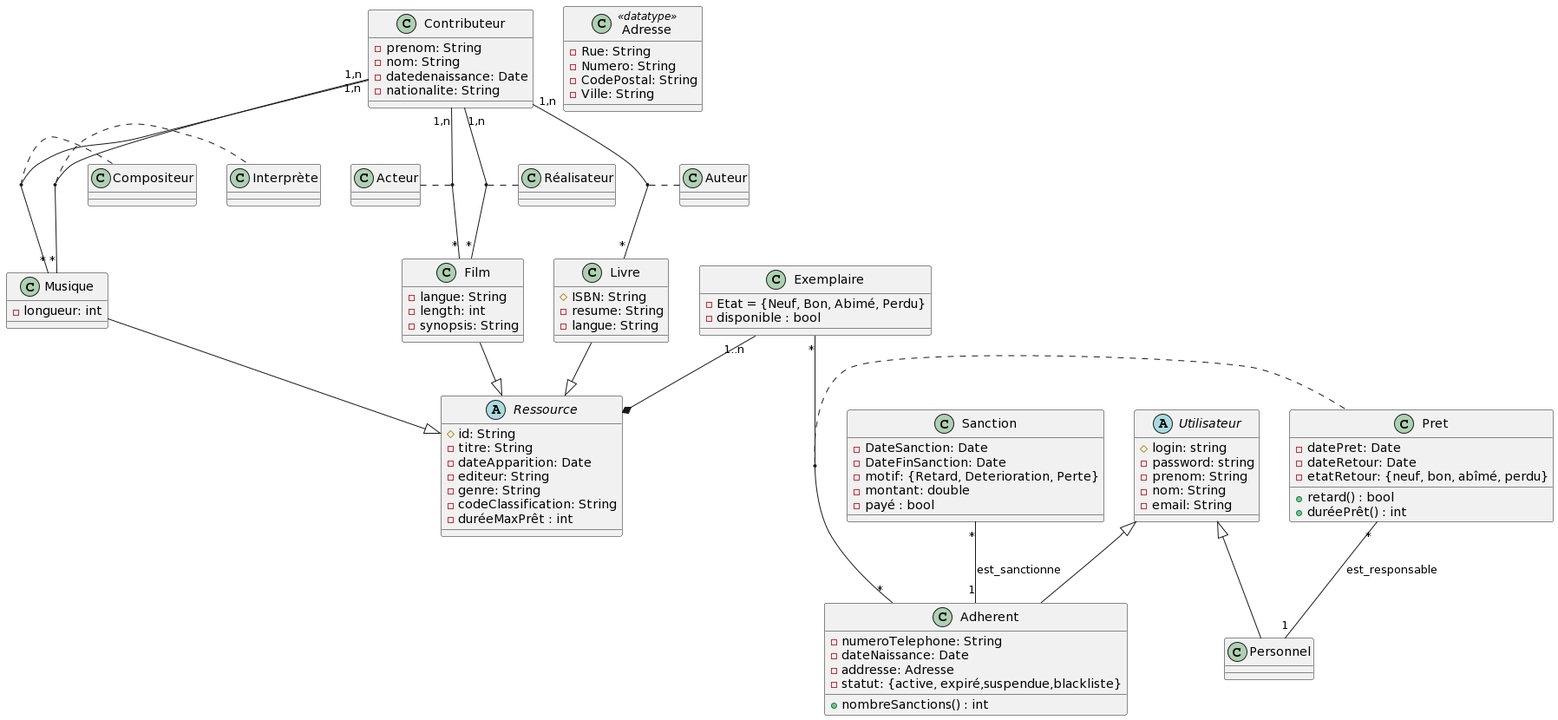
This is rendu 2/UML.png from yazanelmahmoud/Library-Management-System-Integrating-Python-SQL-and-JSON, a PlantUML export, as it was before one commit.
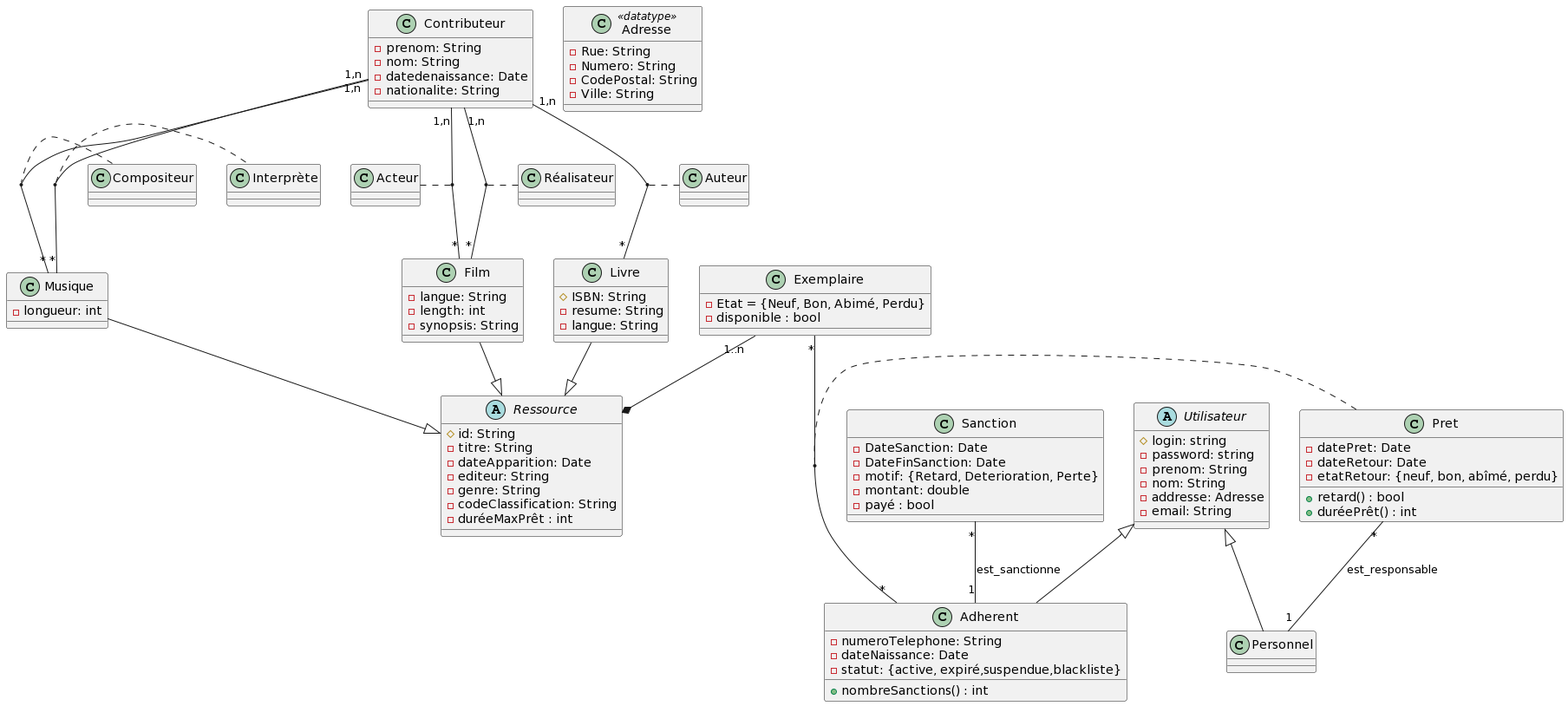
The same diagram one commit later.

What changed in the source:
```diff
@@ -59,6 +59,7 @@
   - password: string
   - prenom: String
   - nom: String
+  - addresse: Adresse
   - email: String
 }
 
@@ -72,7 +73,6 @@
 class Adherent extends Utilisateur {
   - numeroTelephone: String
   - dateNaissance: Date
-  - addresse: Adresse
   - statut: {active, expiré,suspendue,blackliste}
   + nombreSanctions() : int
 }
```
